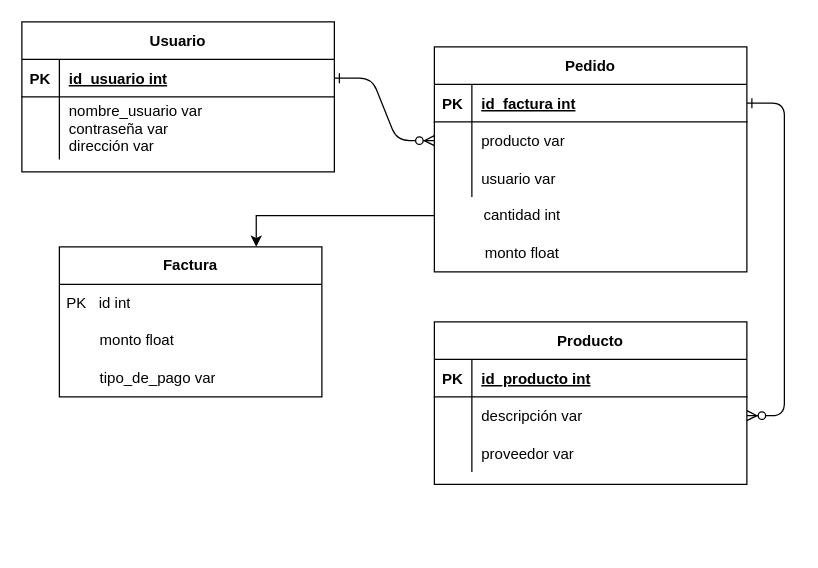
Before: pedidosYa.drawio in Cindy91/proyecto-web-ipfl, a draw.io diagram. Source tidied: cells renumbered, new cells numbered last; positions are measured from the earlier drawing's top-left corner, leaving out a move shared by most shapes. Both pictures are drawn from the tidied source at 125%, with x=0, y=0 at pixel (21, 21).
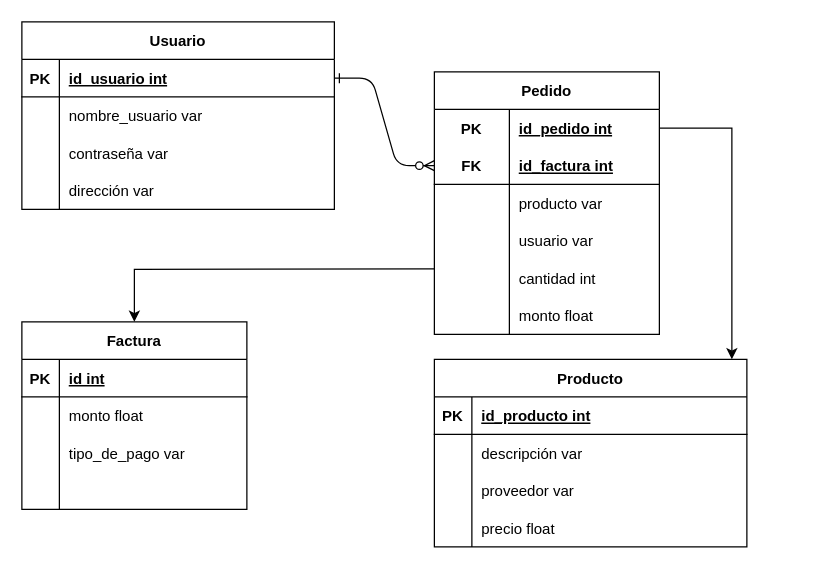
Above is the later version.

Commit message:
Añadidos campos en pedidosYa.drawio

Unchanged cells that the change refers to:
```xml
<mxCell id="19" style="shape=partialRectangle;fillColor=none;points=[[0,0.5],[1,0.5]];portConstraint=eastwest;top=0;left=0;right=0;bottom=0;" parent="15" vertex="1">
  <mxGeometry y="60" width="250" height="30" as="geometry" />
</mxCell>
<mxCell id="26" style="shape=partialRectangle;fillColor=none;points=[[0,0.5],[1,0.5]];portConstraint=eastwest;top=0;left=0;right=0;bottom=1;" parent="25" vertex="1">
  <mxGeometry y="30" width="250" height="30" as="geometry" />
</mxCell>
```

Diff of the diagram source:
```diff
@@
-    <mxCell id="2" style="edgeStyle=entityRelationEdgeStyle;endArrow=ERzeroToMany;startArrow=ERone;endFill=1;startFill=0;" parent="1" edge="1" source="26" target="9">
-      <mxGeometry relative="1" as="geometry" />
+    <mxCell id="2" style="edgeStyle=entityRelationEdgeStyle;endArrow=ERzeroToMany;startArrow=ERone;endFill=1;startFill=0;" parent="1" edge="1" source="26">
+      <mxGeometry relative="1" as="geometry">
+        <mxPoint x="330" y="115" as="targetPoint" />
+      </mxGeometry>
     </mxCell>
-    <mxCell id="3" style="edgeStyle=entityRelationEdgeStyle;endArrow=ERzeroToMany;startArrow=ERone;endFill=1;startFill=0;" parent="1" edge="1" source="6" target="19">
-      <mxGeometry relative="1" as="geometry" />
-    </mxCell>
-    <mxCell id="4" style="edgeStyle=orthogonalEdgeStyle;rounded=0;jettySize=auto;html=1;exitX=0;exitY=0.75;exitDx=0;exitDy=0;entryX=0.75;entryY=0;entryDx=0;entryDy=0;" parent="1" edge="1" source="5" target="34">
-      <mxGeometry relative="1" as="geometry" />
+    <mxCell id="4" style="edgeStyle=orthogonalEdgeStyle;rounded=0;jettySize=auto;html=1;exitX=0;exitY=0.75;exitDx=0;exitDy=0;" parent="1" edge="1" target="34">
+      <mxGeometry relative="1" as="geometry">
+        <mxPoint x="330" y="197.5" as="sourcePoint" />
+      </mxGeometry>
     </mxCell>
-    <mxCell id="5" value="Pedido" style="shape=table;startSize=30;childLayout=tableLayout;rowLines=0;fontStyle=1;align=center;perimeterSpacing=0;" parent="1" vertex="1">
-      <mxGeometry x="330" y="20" width="250" height="180" as="geometry" />
-    </mxCell>
-    <mxCell id="6" style="shape=partialRectangle;fillColor=none;points=[[0,0.5],[1,0.5]];portConstraint=eastwest;top=0;left=0;right=0;bottom=1;" parent="5" vertex="1">
-      <mxGeometry y="30" width="250" height="30" as="geometry" />
-    </mxCell>
-    <mxCell id="7" value="PK" style="shape=partialRectangle;overflow=hidden;fillColor=none;top=0;left=0;bottom=0;right=0;fontStyle=1;" parent="6" vertex="1">
-      <mxGeometry width="30" height="30" as="geometry" />
-    </mxCell>
-    <mxCell id="8" value="id_factura int" style="shape=partialRectangle;overflow=hidden;fillColor=none;top=0;left=0;bottom=0;right=0;align=left;spacingLeft=6;fontStyle=5;" parent="6" vertex="1">
-      <mxGeometry x="30" width="220" height="30" as="geometry" />
-    </mxCell>
-    <mxCell id="9" style="shape=partialRectangle;fillColor=none;points=[[0,0.5],[1,0.5]];portConstraint=eastwest;top=0;left=0;right=0;bottom=0;" parent="5" vertex="1">
-      <mxGeometry y="60" width="250" height="30" as="geometry" />
-    </mxCell>
-    <mxCell id="10" style="shape=partialRectangle;overflow=hidden;fillColor=none;top=0;left=0;bottom=0;right=0;" parent="9" vertex="1">
-      <mxGeometry width="30" height="30" as="geometry" />
-    </mxCell>
-    <mxCell id="11" value="producto var" style="shape=partialRectangle;overflow=hidden;fillColor=none;top=0;left=0;bottom=0;right=0;align=left;spacingLeft=6;" parent="9" vertex="1">
-      <mxGeometry x="30" width="220" height="30" as="geometry" />
-    </mxCell>
-    <mxCell id="12" style="shape=partialRectangle;fillColor=none;top=0;left=0;right=0;bottom=0;" parent="5" vertex="1">
-      <mxGeometry y="90" width="250" height="30" as="geometry" />
-    </mxCell>
-    <mxCell id="13" style="shape=partialRectangle;overflow=hidden;fillColor=none;top=0;left=0;bottom=0;right=0;" parent="12" vertex="1">
-      <mxGeometry width="30" height="30" as="geometry" />
-    </mxCell>
-    <mxCell id="14" value="usuario var" style="shape=partialRectangle;overflow=hidden;fillColor=none;top=0;left=0;bottom=0;right=0;align=left;spacingLeft=6;" parent="12" vertex="1">
-      <mxGeometry x="30" width="220" height="30" as="geometry" />
-    </mxCell>
     <mxCell id="15" value="Producto" style="shape=table;startSize=30;childLayout=tableLayout;rowLines=0;fontStyle=1;align=center;" parent="1" vertex="1">
-      <mxGeometry x="330" y="240" width="250" height="130" as="geometry" />
+      <mxGeometry x="330" y="270" width="250" height="150" as="geometry" />
     </mxCell>
@@
+    <mxCell id="38" style="shape=tableRow;horizontal=0;startSize=0;swimlaneHead=0;swimlaneBody=0;fillColor=none;top=0;left=0;right=0;bottom=0;strokeColor=default;" parent="15" vertex="1">
+      <mxGeometry y="120" width="250" height="30" as="geometry" />
+    </mxCell>
+    <mxCell id="39" style="shape=partialRectangle;fillColor=none;top=0;left=0;bottom=0;right=0;overflow=hidden;strokeColor=default;" parent="38" vertex="1">
+      <mxGeometry width="30" height="30" as="geometry" />
+    </mxCell>
+    <mxCell id="40" value="precio float" style="shape=partialRectangle;fillColor=none;top=0;left=0;bottom=0;right=0;align=left;spacingLeft=6;overflow=hidden;strokeColor=default;" parent="38" vertex="1">
+      <mxGeometry x="30" width="220" height="30" as="geometry" />
+    </mxCell>
     <mxCell id="25" value="Usuario" style="shape=table;startSize=30;childLayout=tableLayout;rowLines=0;fontStyle=1;align=center;" parent="1" vertex="1">
-      <mxGeometry width="250" height="120" as="geometry" />
+      <mxGeometry width="250" height="150" as="geometry" />
     </mxCell>
@@
-    <mxCell id="29" style="shape=partialRectangle;fillColor=none;top=0;left=0;right=0;bottom=0;" parent="25" vertex="1">
-      <mxGeometry y="60" width="250" height="50" as="geometry" />
-    </mxCell>
-    <mxCell id="30" style="shape=partialRectangle;overflow=hidden;fillColor=none;top=0;left=0;bottom=0;right=0;" parent="29" vertex="1">
-      <mxGeometry width="30" height="50" as="geometry" />
-    </mxCell>
-    <mxCell id="31" value="nombre_usuario var&#10;contraseña var&#10;dirección var" style="shape=partialRectangle;overflow=hidden;fillColor=none;top=0;left=0;bottom=0;right=0;align=left;spacingLeft=6;" parent="29" vertex="1">
-      <mxGeometry x="30" width="220" height="50" as="geometry" />
-    </mxCell>
-    <mxCell id="32" value="monto float" style="text;html=1;align=center;verticalAlign=middle;fillColor=none;strokeColor=none;rounded=0;" parent="1" vertex="1">
-      <mxGeometry x="360" y="170" width="80" height="30" as="geometry" />
-    </mxCell>
+    <mxCell id="41" style="shape=tableRow;horizontal=0;startSize=0;swimlaneHead=0;swimlaneBody=0;fillColor=none;top=0;left=0;right=0;bottom=0;strokeColor=default;" parent="25" vertex="1">
+      <mxGeometry y="60" width="250" height="30" as="geometry" />
+    </mxCell>
+    <mxCell id="42" style="shape=partialRectangle;fillColor=none;top=0;left=0;bottom=0;right=0;overflow=hidden;strokeColor=default;" parent="41" vertex="1">
+      <mxGeometry width="30" height="30" as="geometry" />
+    </mxCell>
+    <mxCell id="43" value="nombre_usuario var" style="shape=partialRectangle;fillColor=none;top=0;left=0;bottom=0;right=0;align=left;spacingLeft=6;overflow=hidden;strokeColor=default;" parent="41" vertex="1">
+      <mxGeometry x="30" width="220" height="30" as="geometry" />
+    </mxCell>
+    <mxCell id="44" style="shape=tableRow;horizontal=0;startSize=0;swimlaneHead=0;swimlaneBody=0;fillColor=none;top=0;left=0;right=0;bottom=0;strokeColor=default;" parent="25" vertex="1">
+      <mxGeometry y="90" width="250" height="30" as="geometry" />
+    </mxCell>
+    <mxCell id="45" style="shape=partialRectangle;fillColor=none;top=0;left=0;bottom=0;right=0;overflow=hidden;strokeColor=default;" parent="44" vertex="1">
+      <mxGeometry width="30" height="30" as="geometry" />
+    </mxCell>
+    <mxCell id="46" value="contraseña var" style="shape=partialRectangle;fillColor=none;top=0;left=0;bottom=0;right=0;align=left;spacingLeft=6;overflow=hidden;strokeColor=default;" parent="44" vertex="1">
+      <mxGeometry x="30" width="220" height="30" as="geometry" />
+    </mxCell>
+    <mxCell id="47" style="shape=tableRow;horizontal=0;startSize=0;swimlaneHead=0;swimlaneBody=0;fillColor=none;top=0;left=0;right=0;bottom=0;strokeColor=default;" parent="25" vertex="1">
+      <mxGeometry y="120" width="250" height="30" as="geometry" />
+    </mxCell>
+    <mxCell id="48" style="shape=partialRectangle;fillColor=none;top=0;left=0;bottom=0;right=0;overflow=hidden;strokeColor=default;" parent="47" vertex="1">
+      <mxGeometry width="30" height="30" as="geometry" />
+    </mxCell>
+    <mxCell id="49" value="dirección var" style="shape=partialRectangle;fillColor=none;top=0;left=0;bottom=0;right=0;align=left;spacingLeft=6;overflow=hidden;strokeColor=default;" parent="47" vertex="1">
+      <mxGeometry x="30" width="220" height="30" as="geometry" />
+    </mxCell>
+    <mxCell id="34" value="Factura" style="shape=table;startSize=30;childLayout=tableLayout;rowLines=0;fontStyle=1;align=center;strokeColor=default;" parent="1" vertex="1">
+      <mxGeometry y="240" width="180" height="150" as="geometry" />
+    </mxCell>
+    <mxCell id="50" style="shape=tableRow;horizontal=0;startSize=0;swimlaneHead=0;swimlaneBody=0;fillColor=none;top=0;left=0;right=0;bottom=1;strokeColor=default;" parent="34" vertex="1">
+      <mxGeometry y="30" width="180" height="30" as="geometry" />
+    </mxCell>
+    <mxCell id="51" value="PK" style="shape=partialRectangle;fillColor=none;top=0;left=0;bottom=0;right=0;fontStyle=1;overflow=hidden;strokeColor=default;" parent="50" vertex="1">
+      <mxGeometry width="30" height="30" as="geometry" />
+    </mxCell>
+    <mxCell id="52" value="id int" style="shape=partialRectangle;fillColor=none;top=0;left=0;bottom=0;right=0;align=left;spacingLeft=6;fontStyle=5;overflow=hidden;strokeColor=default;" parent="50" vertex="1">
+      <mxGeometry x="30" width="150" height="30" as="geometry" />
+    </mxCell>
+    <mxCell id="53" style="shape=tableRow;horizontal=0;startSize=0;swimlaneHead=0;swimlaneBody=0;fillColor=none;top=0;left=0;right=0;bottom=0;strokeColor=default;" parent="34" vertex="1">
+      <mxGeometry y="60" width="180" height="30" as="geometry" />
+    </mxCell>
+    <mxCell id="54" style="shape=partialRectangle;fillColor=none;top=0;left=0;bottom=0;right=0;overflow=hidden;strokeColor=default;" parent="53" vertex="1">
+      <mxGeometry width="30" height="30" as="geometry" />
+    </mxCell>
+    <mxCell id="55" value="monto float" style="shape=partialRectangle;fillColor=none;top=0;left=0;bottom=0;right=0;align=left;spacingLeft=6;overflow=hidden;strokeColor=default;" parent="53" vertex="1">
+      <mxGeometry x="30" width="150" height="30" as="geometry" />
+    </mxCell>
+    <mxCell id="56" style="shape=tableRow;horizontal=0;startSize=0;swimlaneHead=0;swimlaneBody=0;fillColor=none;top=0;left=0;right=0;bottom=0;strokeColor=default;" parent="34" vertex="1">
+      <mxGeometry y="90" width="180" height="30" as="geometry" />
+    </mxCell>
+    <mxCell id="57" style="shape=partialRectangle;fillColor=none;top=0;left=0;bottom=0;right=0;overflow=hidden;strokeColor=default;" parent="56" vertex="1">
+      <mxGeometry width="30" height="30" as="geometry" />
+    </mxCell>
+    <mxCell id="37" value="tipo_de_pago var" style="shape=partialRectangle;fillColor=none;top=0;left=0;bottom=0;right=0;align=left;spacingLeft=6;overflow=hidden;strokeColor=default;" parent="56" vertex="1">
+      <mxGeometry x="30" width="150" height="30" as="geometry" />
+    </mxCell>
+    <mxCell id="58" style="shape=tableRow;horizontal=0;startSize=0;swimlaneHead=0;swimlaneBody=0;fillColor=none;top=0;left=0;right=0;bottom=0;strokeColor=default;" parent="34" vertex="1">
+      <mxGeometry y="120" width="180" height="30" as="geometry" />
+    </mxCell>
+    <mxCell id="59" style="shape=partialRectangle;fillColor=none;top=0;left=0;bottom=0;right=0;overflow=hidden;strokeColor=default;" parent="58" vertex="1">
+      <mxGeometry width="30" height="30" as="geometry" />
+    </mxCell>
+    <mxCell id="60" style="shape=partialRectangle;fillColor=none;top=0;left=0;bottom=0;right=0;align=left;spacingLeft=6;overflow=hidden;strokeColor=default;" parent="58" vertex="1">
+      <mxGeometry x="30" width="150" height="30" as="geometry" />
+    </mxCell>
+    <mxCell id="5" value="Pedido" style="shape=table;startSize=30;childLayout=tableLayout;rowLines=0;fontStyle=1;align=center;strokeColor=default;" parent="1" vertex="1">
+      <mxGeometry x="330" y="40" width="180" height="210" as="geometry" />
+    </mxCell>
+    <mxCell id="61" style="shape=tableRow;horizontal=0;startSize=0;swimlaneHead=0;swimlaneBody=0;fillColor=none;points=[[0,0.5],[1,0.5]];portConstraint=eastwest;top=0;left=0;right=0;bottom=0;strokeColor=default;" parent="5" vertex="1">
+      <mxGeometry y="30" width="180" height="30" as="geometry" />
+    </mxCell>
+    <mxCell id="62" value="PK" style="shape=partialRectangle;fillColor=none;top=0;left=0;bottom=0;right=0;fontStyle=1;overflow=hidden;strokeColor=default;" parent="61" vertex="1">
+      <mxGeometry width="60" height="30" as="geometry" />
+    </mxCell>
+    <mxCell id="63" value="id_pedido int" style="shape=partialRectangle;fillColor=none;top=0;left=0;bottom=0;right=0;align=left;spacingLeft=6;fontStyle=5;overflow=hidden;strokeColor=default;" parent="61" vertex="1">
+      <mxGeometry x="60" width="120" height="30" as="geometry" />
+    </mxCell>
+    <mxCell id="64" style="shape=tableRow;horizontal=0;startSize=0;swimlaneHead=0;swimlaneBody=0;fillColor=none;top=0;left=0;right=0;bottom=1;strokeColor=default;" parent="5" vertex="1">
+      <mxGeometry y="60" width="180" height="30" as="geometry" />
+    </mxCell>
+    <mxCell id="65" value="FK" style="shape=partialRectangle;fillColor=none;top=0;left=0;bottom=0;right=0;fontStyle=1;overflow=hidden;strokeColor=default;" parent="64" vertex="1">
+      <mxGeometry width="60" height="30" as="geometry" />
+    </mxCell>
+    <mxCell id="8" value="id_factura int" style="shape=partialRectangle;fillColor=none;top=0;left=0;bottom=0;right=0;align=left;spacingLeft=6;fontStyle=5;overflow=hidden;strokeColor=default;" parent="64" vertex="1">
+      <mxGeometry x="60" width="120" height="30" as="geometry" />
+    </mxCell>
+    <mxCell id="66" style="shape=tableRow;horizontal=0;startSize=0;swimlaneHead=0;swimlaneBody=0;fillColor=none;top=0;left=0;right=0;bottom=0;strokeColor=default;" parent="5" vertex="1">
+      <mxGeometry y="90" width="180" height="30" as="geometry" />
+    </mxCell>
+    <mxCell id="67" style="shape=partialRectangle;fillColor=none;top=0;left=0;bottom=0;right=0;overflow=hidden;strokeColor=default;" parent="66" vertex="1">
+      <mxGeometry width="60" height="30" as="geometry" />
+    </mxCell>
+    <mxCell id="11" value="producto var" style="shape=partialRectangle;fillColor=none;top=0;left=0;bottom=0;right=0;align=left;spacingLeft=6;overflow=hidden;strokeColor=default;" parent="66" vertex="1">
+      <mxGeometry x="60" width="120" height="30" as="geometry" />
+    </mxCell>
+    <mxCell id="68" style="shape=tableRow;horizontal=0;startSize=0;swimlaneHead=0;swimlaneBody=0;fillColor=none;top=0;left=0;right=0;bottom=0;strokeColor=default;" parent="5" vertex="1">
+      <mxGeometry y="120" width="180" height="30" as="geometry" />
+    </mxCell>
+    <mxCell id="69" style="shape=partialRectangle;fillColor=none;top=0;left=0;bottom=0;right=0;overflow=hidden;strokeColor=default;" parent="68" vertex="1">
+      <mxGeometry width="60" height="30" as="geometry" />
+    </mxCell>
+    <mxCell id="14" value="usuario var" style="shape=partialRectangle;fillColor=none;top=0;left=0;bottom=0;right=0;align=left;spacingLeft=6;overflow=hidden;strokeColor=default;" parent="68" vertex="1">
+      <mxGeometry x="60" width="120" height="30" as="geometry" />
+    </mxCell>
+    <mxCell id="70" style="shape=tableRow;horizontal=0;startSize=0;swimlaneHead=0;swimlaneBody=0;fillColor=none;top=0;left=0;right=0;bottom=0;strokeColor=default;" parent="5" vertex="1">
+      <mxGeometry y="150" width="180" height="30" as="geometry" />
+    </mxCell>
+    <mxCell id="71" style="shape=partialRectangle;fillColor=none;top=0;left=0;bottom=0;right=0;overflow=hidden;strokeColor=default;" parent="70" vertex="1">
+      <mxGeometry width="60" height="30" as="geometry" />
+    </mxCell>
-    <mxCell id="33" value="cantidad int" style="text;html=1;align=center;verticalAlign=middle;fillColor=none;strokeColor=none;rounded=0;" parent="1" vertex="1">
-      <mxGeometry x="360" y="140" width="80" height="30" as="geometry" />
+    <mxCell id="33" value="cantidad int" style="shape=partialRectangle;fillColor=none;top=0;left=0;bottom=0;right=0;align=left;spacingLeft=6;overflow=hidden;strokeColor=default;" parent="70" vertex="1">
+      <mxGeometry x="60" width="120" height="30" as="geometry" />
     </mxCell>
-    <mxCell id="34" value="&lt;b&gt;Factura&lt;/b&gt;" style="swimlane;fontStyle=0;horizontal=1;startSize=30;whiteSpace=wrap;html=1;strokeColor=default;" parent="1" vertex="1">
-      <mxGeometry x="30" y="180" width="210" height="120" as="geometry" />
-    </mxCell>
-    <mxCell id="35" value="PK&amp;nbsp; &amp;nbsp;id int" style="text;strokeColor=none;fillColor=none;align=left;verticalAlign=middle;spacingLeft=4;spacingRight=4;overflow=hidden;whiteSpace=wrap;html=1;" parent="34" vertex="1">
-      <mxGeometry y="30" width="210" height="30" as="geometry" />
-    </mxCell>
-    <mxCell id="36" value="&amp;nbsp; &amp;nbsp; &amp;nbsp; &amp;nbsp; monto float" style="text;strokeColor=none;fillColor=none;align=left;verticalAlign=middle;spacingLeft=4;spacingRight=4;overflow=hidden;whiteSpace=wrap;html=1;" parent="34" vertex="1">
-      <mxGeometry y="60" width="210" height="30" as="geometry" />
-    </mxCell>
-    <mxCell id="37" value="&amp;nbsp; &amp;nbsp; &amp;nbsp; &amp;nbsp; tipo_de_pago var" style="text;strokeColor=none;fillColor=none;align=left;verticalAlign=middle;spacingLeft=4;spacingRight=4;overflow=hidden;whiteSpace=wrap;html=1;" parent="34" vertex="1">
-      <mxGeometry y="90" width="210" height="30" as="geometry" />
-    </mxCell>
+    <mxCell id="72" style="shape=tableRow;horizontal=0;startSize=0;swimlaneHead=0;swimlaneBody=0;fillColor=none;top=0;left=0;right=0;bottom=0;strokeColor=default;" parent="5" vertex="1">
+      <mxGeometry y="180" width="180" height="30" as="geometry" />
+    </mxCell>
+    <mxCell id="73" style="shape=partialRectangle;fillColor=none;top=0;left=0;bottom=0;right=0;overflow=hidden;strokeColor=default;" parent="72" vertex="1">
+      <mxGeometry width="60" height="30" as="geometry" />
+    </mxCell>
+    <mxCell id="74" value="monto float" style="shape=partialRectangle;fillColor=none;top=0;left=0;bottom=0;right=0;align=left;spacingLeft=6;overflow=hidden;strokeColor=default;" parent="72" vertex="1">
+      <mxGeometry x="60" width="120" height="30" as="geometry" />
+    </mxCell>
+    <mxCell id="75" style="edgeStyle=orthogonalEdgeStyle;rounded=0;jettySize=auto;html=1;exitX=1;exitY=0.5;exitDx=0;exitDy=0;entryX=0.952;entryY=0;entryDx=0;entryDy=0;entryPerimeter=0;" parent="1" edge="1" source="61" target="15">
+      <mxGeometry relative="1" as="geometry" />
+    </mxCell>
```
